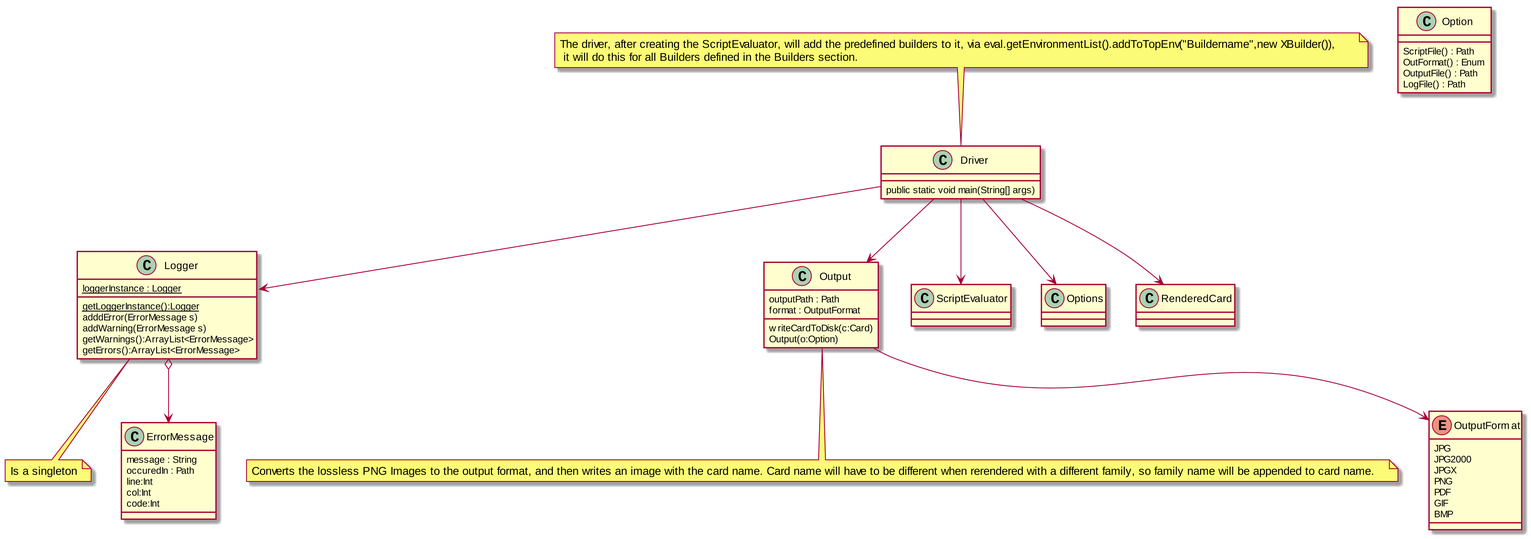
The PlantUML diagram Structure_UML/DriverUML.png in MatthewBregg/DesignPatternsRepo, before a commit.
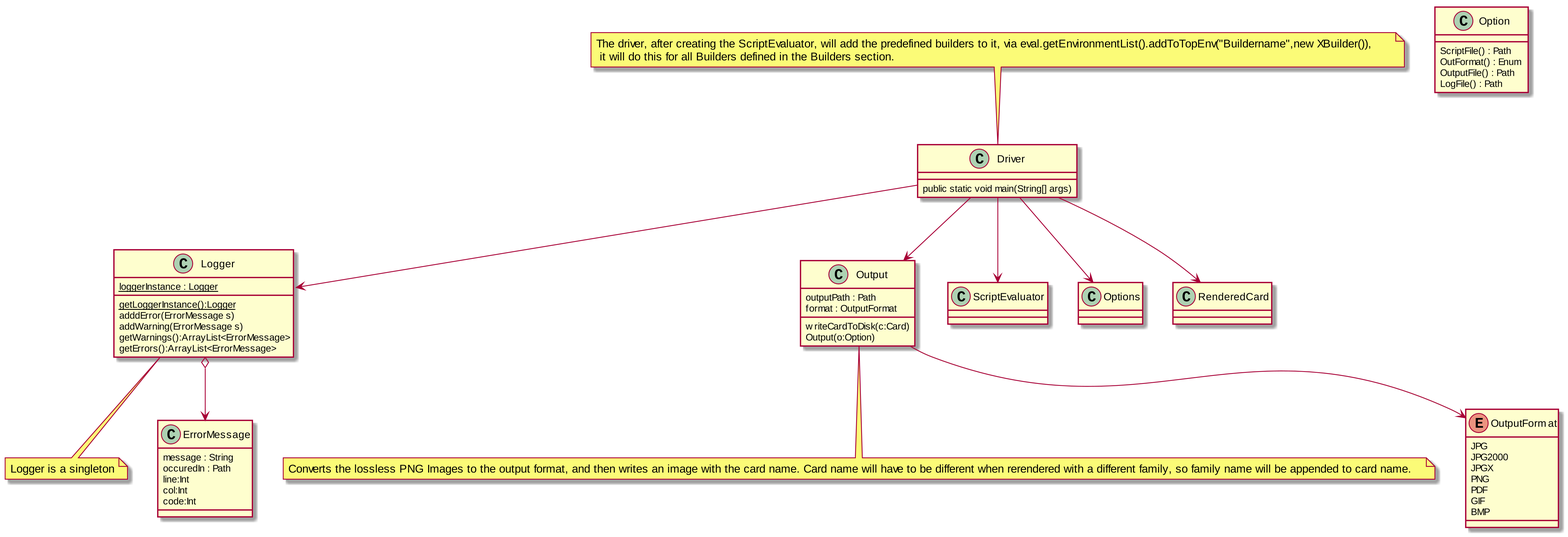
The same diagram one commit later.

Commit message:
Updated BuilderConstruction UML, Driver uml, Image UML

Change to the diagram source:
```diff
@@ -8,8 +8,8 @@
 Logger : addWarning(ErrorMessage s)
 Logger : getWarnings():ArrayList<ErrorMessage>
 Logger : getErrors():ArrayList<ErrorMessage>
+note bottom : Logger is a singleton
 
-note bottom : Is a singleton
 
 
 class ErrorMessage
```
